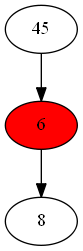
Before: Proyecto2/imagen.png, a diagram exported from Graphviz (crisborr8/EDD_DIC_2019_PY2_201602719). Its source is kept beside it as Proyecto2/imagen.dot. The source it was exported from:
```dot
digraph G{
45;
45->6;
6 [style=filled, fillcolor=red];
6->8;
8;

}
```
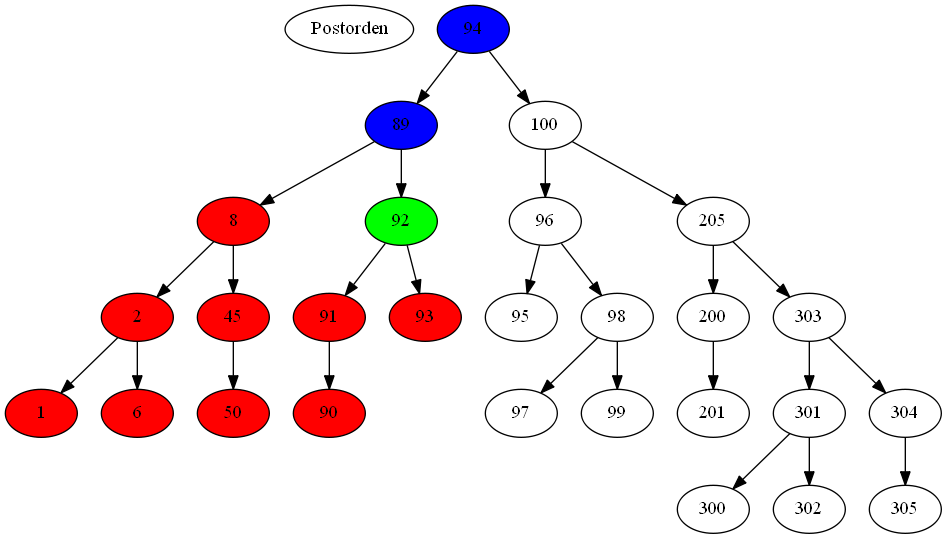
Above is the later version.

What changed in the source:
```diff
@@ -1,8 +1,57 @@
 digraph G{
-45;
-45->6;
+Postorden;
+94 [style=filled, fillcolor=blue];
+94->89;
+89 [style=filled, fillcolor=blue];
+89->8;
+8 [style=filled, fillcolor=red];
+8->2;
+2 [style=filled, fillcolor=red];
+2->1;
+1 [style=filled, fillcolor=red];
+2->6;
 6 [style=filled, fillcolor=red];
-6->8;
-8;
+8->45;
+45 [style=filled, fillcolor=red];
+45->50;
+50 [style=filled, fillcolor=red];
+89->92;
+92 [style=filled, fillcolor=green];
+92->91;
+91 [style=filled, fillcolor=red];
+91->90;
+90 [style=filled, fillcolor=red];
+92->93;
+93 [style=filled, fillcolor=red];
+94->100;
+100;
+100->96;
+96;
+96->95;
+95;
+96->98;
+98;
+98->97;
+97;
+98->99;
+99;
+100->205;
+205;
+205->200;
+200;
+200->201;
+201;
+205->303;
+303;
+303->301;
+301;
+301->300;
+300;
+301->302;
+302;
+303->304;
+304;
+304->305;
+305;
 
 }
```
